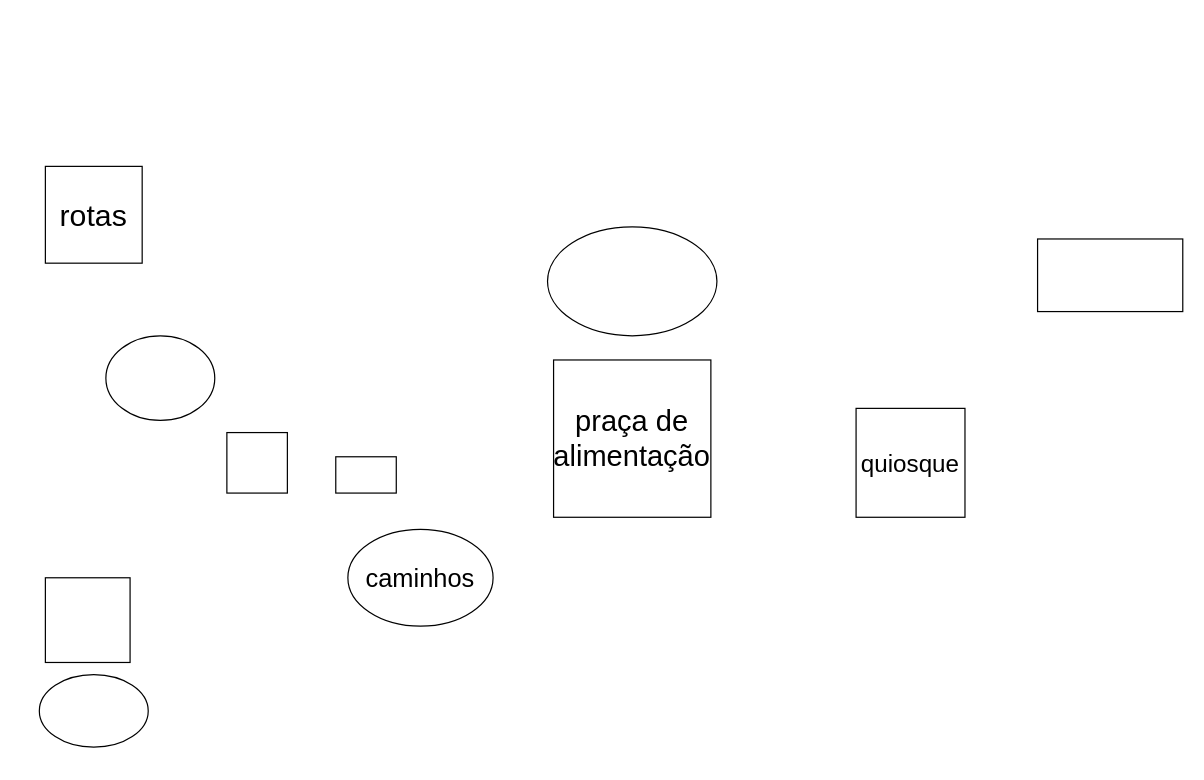
This is Diagrama sem nome.drawio from bkupprojetos/rede-projeto, a draw.io file, before an edit. Source tidied: cells renumbered, new cells numbered last; positions are measured from the earlier drawing's top-left corner, leaving out a move shared by most shapes. Both pictures are drawn from the tidied source at 121%, with x=0, y=0 at pixel (39, 166).
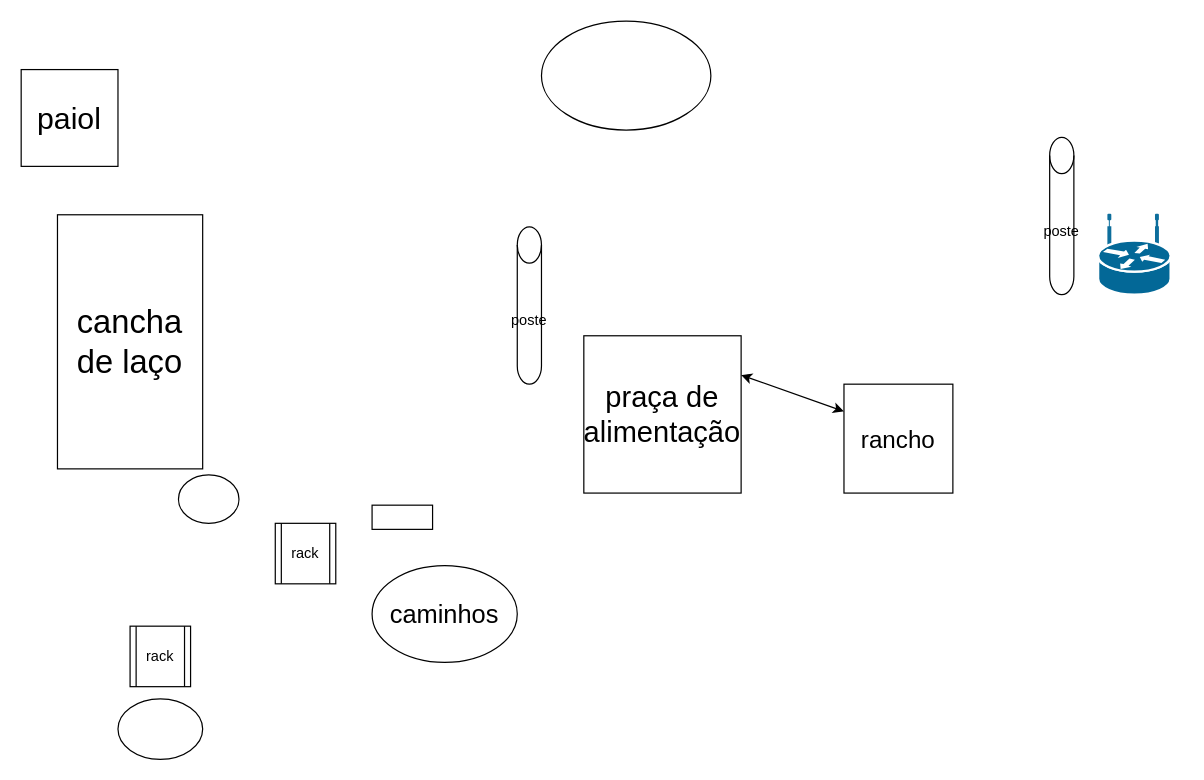
The same diagram, later.

Change to the diagram source:
```diff
@@
 <mxGraphModel>
   <root>
     <mxCell id="0" />
     <mxCell id="1" parent="0" />
     <mxCell id="2" value="&lt;font style=&quot;font-size: 24px;&quot;&gt;praça de alimentação&lt;/font&gt;" style="whiteSpace=wrap;html=1;" parent="1" vertex="1">
-      <mxGeometry x="425" y="160" width="130" height="130" as="geometry" />
+      <mxGeometry x="450" y="140" width="130" height="130" as="geometry" />
     </mxCell>
-    <mxCell id="3" value="&lt;font style=&quot;font-size: 20px;&quot;&gt;quiosque&lt;/font&gt;" style="whiteSpace=wrap;html=1;" parent="1" vertex="1">
-      <mxGeometry x="675" y="200" width="90" height="90" as="geometry" />
+    <mxCell id="3" value="&lt;font style=&quot;font-size: 20px;&quot;&gt;rancho&lt;br&gt;&lt;/font&gt;" style="whiteSpace=wrap;html=1;" parent="1" vertex="1">
+      <mxGeometry x="665" y="180" width="90" height="90" as="geometry" />
     </mxCell>
     <mxCell id="4" style="ellipse;whiteSpace=wrap;html=1;" parent="1" vertex="1">
-      <mxGeometry x="420" y="50" width="140" height="90" as="geometry" />
+      <mxGeometry x="415" y="-120" width="140" height="90" as="geometry" />
     </mxCell>
     <mxCell id="5" value="&lt;font style=&quot;font-size: 21px;&quot;&gt;caminhos&lt;/font&gt;" style="ellipse;whiteSpace=wrap;html=1;" parent="1" vertex="1">
-      <mxGeometry x="255" y="300" width="120" height="80" as="geometry" />
+      <mxGeometry x="275" y="330" width="120" height="80" as="geometry" />
     </mxCell>
-    <mxCell id="6" style="whiteSpace=wrap;html=1;" parent="1" vertex="1">
-      <mxGeometry x="5" y="340" width="70" height="70" as="geometry" />
-    </mxCell>
-    <mxCell id="7" style="whiteSpace=wrap;html=1;" parent="1" vertex="1">
-      <mxGeometry x="155" y="220" width="50" height="50" as="geometry" />
-    </mxCell>
-    <mxCell id="8" style="rounded=0;whiteSpace=wrap;html=1;" parent="1" vertex="1">
-      <mxGeometry x="245" y="240" width="50" height="30" as="geometry" />
-    </mxCell>
-    <mxCell id="9" style="ellipse;whiteSpace=wrap;html=1;" parent="1" vertex="1">
-      <mxGeometry x="55" y="140" width="90" height="70" as="geometry" />
-    </mxCell>
-    <mxCell id="10" value="&lt;font style=&quot;&quot;&gt;&lt;font style=&quot;font-size: 25px;&quot;&gt;rotas&lt;/font&gt;&lt;br&gt;&lt;/font&gt;" style="whiteSpace=wrap;html=1;" parent="1" vertex="1">
-      <mxGeometry x="5" width="80" height="80" as="geometry" />
+    <mxCell id="10" value="&lt;font style=&quot;&quot;&gt;&lt;font style=&quot;font-size: 25px;&quot;&gt;paiol&lt;/font&gt;&lt;br&gt;&lt;/font&gt;" style="whiteSpace=wrap;html=1;" parent="1" vertex="1">
+      <mxGeometry x="-15" y="-80" width="80" height="80" as="geometry" />
     </mxCell>
-    <mxCell id="11" style="rounded=0;whiteSpace=wrap;html=1;" parent="1" vertex="1">
-      <mxGeometry x="825" y="60" width="120" height="60" as="geometry" />
-    </mxCell>
     <mxCell id="12" style="ellipse;whiteSpace=wrap;html=1;" parent="1" vertex="1">
-      <mxGeometry y="420" width="90" height="60" as="geometry" />
+      <mxGeometry x="65" y="440" width="70" height="50" as="geometry" />
     </mxCell>
+    <mxCell id="13" value="poste" style="shape=cylinder3;whiteSpace=wrap;html=1;boundedLbl=1;backgroundOutline=1;size=15;" parent="1" vertex="1">
+      <mxGeometry x="395" y="50" width="20" height="130" as="geometry" />
+    </mxCell>
+    <mxCell id="14" value="poste" style="shape=cylinder3;whiteSpace=wrap;html=1;boundedLbl=1;backgroundOutline=1;size=15;" parent="1" vertex="1">
+      <mxGeometry x="835" y="-24" width="20" height="130" as="geometry" />
+    </mxCell>
+    <mxCell id="15" value="&lt;font style=&quot;font-size: 27px;&quot;&gt;cancha de laço&lt;/font&gt;" style="rounded=0;whiteSpace=wrap;html=1;" parent="1" vertex="1">
+      <mxGeometry x="15" y="40" width="120" height="210" as="geometry" />
+    </mxCell>
+    <mxCell id="16" value="rack" style="shape=process;whiteSpace=wrap;html=1;backgroundOutline=1;" parent="1" vertex="1">
+      <mxGeometry x="75" y="380" width="50" height="50" as="geometry" />
+    </mxCell>
+    <mxCell id="17" value="rack" style="shape=process;whiteSpace=wrap;html=1;backgroundOutline=1;" parent="1" vertex="1">
+      <mxGeometry x="195" y="295" width="50" height="50" as="geometry" />
+    </mxCell>
+    <mxCell id="18" style="shape=mxgraph.cisco.routers.wireless_router;sketch=0;html=1;dashed=0;fillColor=#036897;strokeColor=#ffffff;strokeWidth=2;verticalLabelPosition=bottom;verticalAlign=top;align=center;" parent="1" vertex="1">
+      <mxGeometry x="875" y="40" width="60" height="66" as="geometry" />
+    </mxCell>
+    <mxCell id="19" style="rounded=0;whiteSpace=wrap;html=1;" parent="1" vertex="1">
+      <mxGeometry x="275" y="280" width="50" height="20" as="geometry" />
+    </mxCell>
+    <mxCell id="20" style="ellipse;whiteSpace=wrap;html=1;" parent="1" vertex="1">
+      <mxGeometry x="115" y="255" width="50" height="40" as="geometry" />
+    </mxCell>
+    <mxCell id="21" style="endArrow=classic;startArrow=classic;html=1;rounded=0;entryX=0;entryY=0.25;entryDx=0;entryDy=0;exitX=1;exitY=0.25;exitDx=0;exitDy=0;" parent="1" edge="1" source="2" target="3">
+      <mxGeometry relative="1" as="geometry" />
+    </mxCell>
   </root>
 </mxGraphModel>
```
